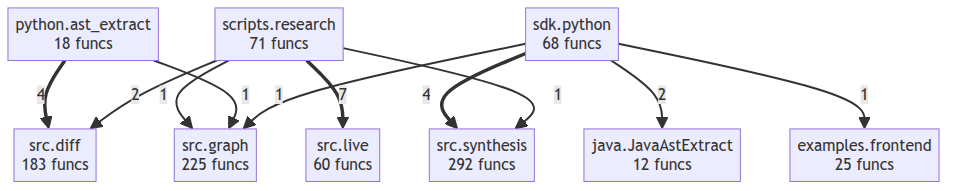
Above: project/compact_flow.png in autogrammar/todo2code (Mermaid), before the change. Its source is kept beside it as project/compact_flow.mmd.
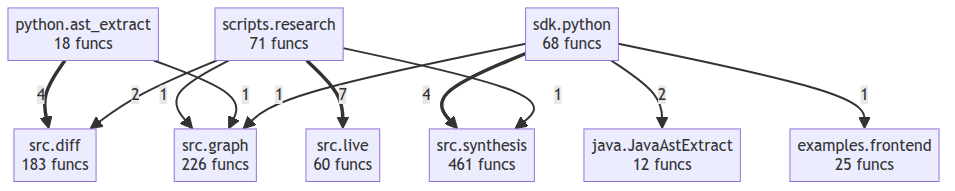
Above is the later version.

What changed in the source:
```diff
@@ -5,9 +5,9 @@
     scripts__research["scripts.research<br/>71 funcs"]
     sdk__python["sdk.python<br/>68 funcs"]
     src__diff["src.diff<br/>183 funcs"]
-    src__graph["src.graph<br/>225 funcs"]
+    src__graph["src.graph<br/>226 funcs"]
     src__live["src.live<br/>60 funcs"]
-    src__synthesis["src.synthesis<br/>292 funcs"]
+    src__synthesis["src.synthesis<br/>461 funcs"]
     scripts__research ==>|7| src__live
     python__ast_extract ==>|4| src__diff
     sdk__python ==>|4| src__synthesis
```
